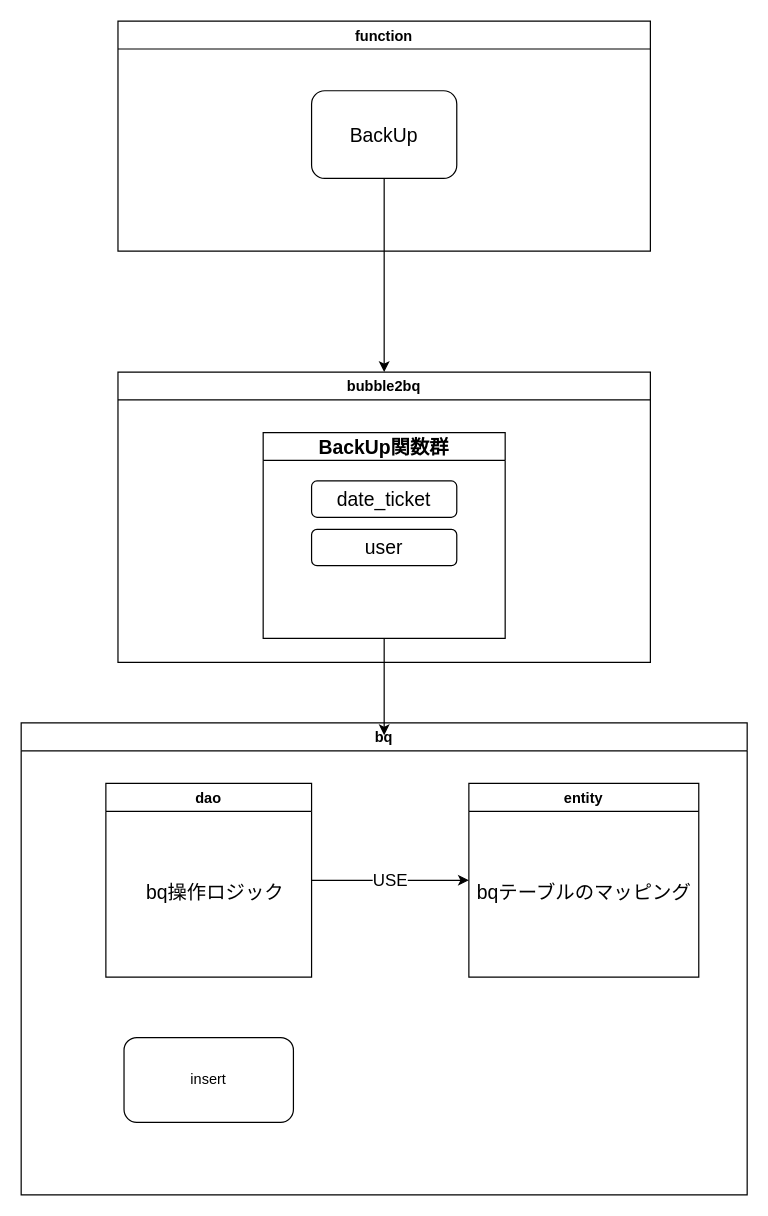
Earlier version of the draw.io diagram bubble2bq46.drawio (public-jun/figure). Source tidied: cells renumbered, new cells numbered last; positions are measured from the earlier drawing's top-left corner, leaving out a move shared by most shapes. Both pictures are drawn from the tidied source at 121%, with x=0, y=0 at pixel (21, 21).
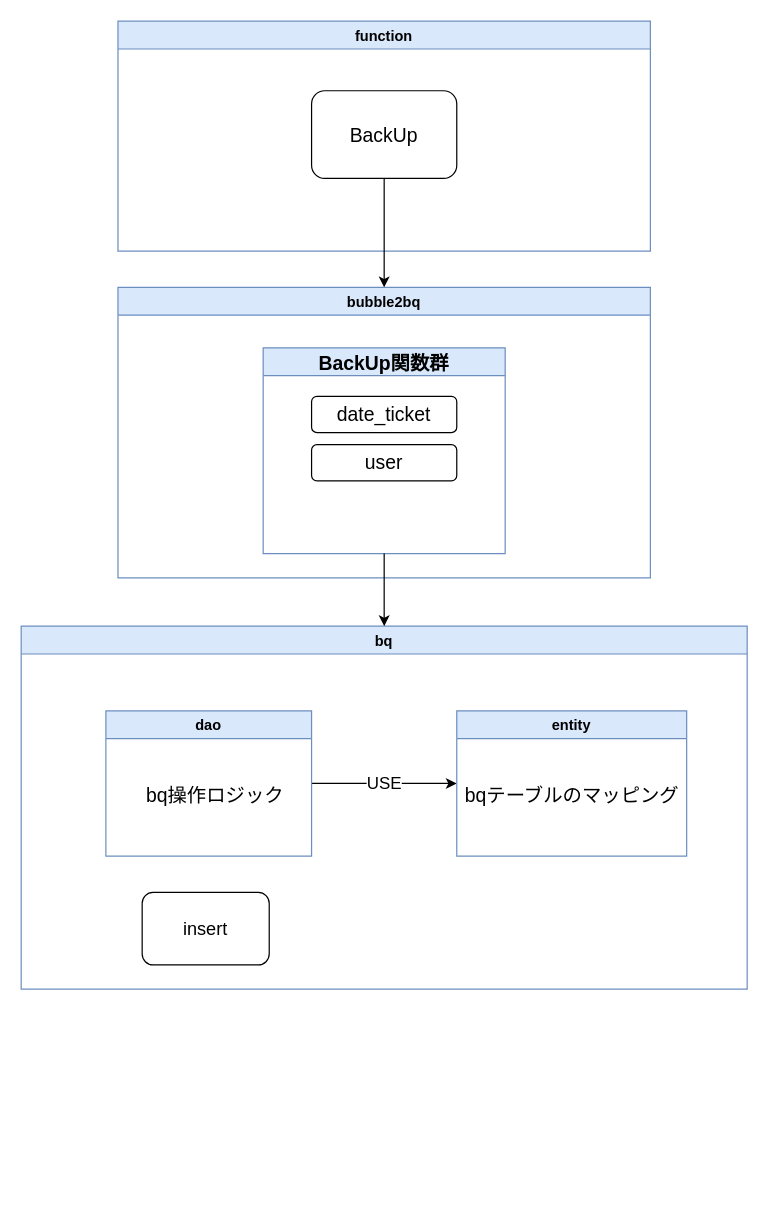
After the change.

The edit, as a diff of the source:
```diff
@@
 <mxGraphModel>
   <root>
     <mxCell id="0" />
     <mxCell id="1" parent="0" />
-    <mxCell id="2" value="function" style="swimlane;startSize=23;" parent="1" vertex="1">
+    <mxCell id="2" value="function" style="swimlane;startSize=23;fillColor=#dae8fc;strokeColor=#6c8ebf;" parent="1" vertex="1">
       <mxGeometry x="80" width="440" height="190" as="geometry" />
     </mxCell>
     <mxCell id="3" value="BackUp" style="rounded=1;whiteSpace=wrap;html=1;fontSize=16;" parent="2" vertex="1">
       <mxGeometry x="160" y="57.5" width="120" height="72.5" as="geometry" />
     </mxCell>
-    <mxCell id="4" value="bubble2bq" style="swimlane;" parent="1" vertex="1">
-      <mxGeometry x="80" y="290" width="440" height="240" as="geometry" />
+    <mxCell id="4" value="bubble2bq" style="swimlane;fillColor=#dae8fc;strokeColor=#6c8ebf;" parent="1" vertex="1">
+      <mxGeometry x="80" y="220" width="440" height="240" as="geometry" />
     </mxCell>
-    <mxCell id="5" value="BackUp関数群" style="swimlane;fontSize=16;" parent="4" vertex="1">
+    <mxCell id="5" value="BackUp関数群" style="swimlane;fontSize=16;fillColor=#dae8fc;strokeColor=#6c8ebf;" parent="4" vertex="1">
       <mxGeometry x="120" y="50" width="200" height="170" as="geometry" />
     </mxCell>
     <mxCell id="6" value="date_ticket" style="rounded=1;whiteSpace=wrap;html=1;fontSize=16;" parent="5" vertex="1">
       <mxGeometry x="40" y="40" width="120" height="30" as="geometry" />
     </mxCell>
     <mxCell id="7" value="user" style="rounded=1;whiteSpace=wrap;html=1;fontSize=16;" parent="5" vertex="1">
       <mxGeometry x="40" y="80" width="120" height="30" as="geometry" />
     </mxCell>
-    <mxCell id="8" value="bq" style="swimlane;" parent="1" vertex="1">
-      <mxGeometry y="580" width="600" height="390" as="geometry" />
+    <mxCell id="8" value="bq" style="swimlane;fillColor=#dae8fc;strokeColor=#6c8ebf;" parent="1" vertex="1">
+      <mxGeometry y="500" width="600" height="300" as="geometry" />
     </mxCell>
     <mxCell id="9" value="USE" style="edgeStyle=orthogonalEdgeStyle;rounded=0;jettySize=auto;html=1;exitX=1;exitY=0.5;exitDx=0;exitDy=0;entryX=0;entryY=0.5;entryDx=0;entryDy=0;fontSize=14;" parent="8" edge="1" source="10" target="11">
       <mxGeometry relative="1" as="geometry" />
     </mxCell>
-    <mxCell id="10" value="dao" style="swimlane;startSize=23;" parent="8" vertex="1">
-      <mxGeometry x="70" y="50" width="170" height="160" as="geometry" />
+    <mxCell id="10" value="dao" style="swimlane;startSize=23;fillColor=#dae8fc;strokeColor=#6c8ebf;" parent="8" vertex="1">
+      <mxGeometry x="70" y="70" width="170" height="120" as="geometry" />
     </mxCell>
+    <mxCell id="14" value="&lt;font style=&quot;font-size: 16px&quot;&gt;bq操作ロジック&lt;/font&gt;" style="text;html=1;align=center;verticalAlign=middle;strokeColor=none;fillColor=none;fontSize=14;" parent="10" vertex="1">
+      <mxGeometry x="25" y="60" width="130" height="20" as="geometry" />
+    </mxCell>
-    <mxCell id="11" value="entity" style="swimlane;startSize=23;" parent="8" vertex="1">
-      <mxGeometry x="370" y="50" width="190" height="160" as="geometry" />
+    <mxCell id="11" value="entity" style="swimlane;startSize=23;fillColor=#dae8fc;strokeColor=#6c8ebf;" parent="8" vertex="1">
+      <mxGeometry x="360" y="70" width="190" height="120" as="geometry" />
     </mxCell>
     <mxCell id="12" value="&lt;div&gt;&lt;font style=&quot;font-size: 16px&quot;&gt;bqテーブルのマッピング&lt;/font&gt;&lt;/div&gt;" style="text;html=1;align=center;verticalAlign=middle;strokeColor=none;fillColor=none;" parent="11" vertex="1">
-      <mxGeometry y="80" width="190" height="20" as="geometry" />
+      <mxGeometry y="60" width="190" height="20" as="geometry" />
     </mxCell>
-    <mxCell id="13" value="insert" style="rounded=1;whiteSpace=wrap;html=1;" parent="8" vertex="1">
-      <mxGeometry x="85" y="260" width="140" height="70" as="geometry" />
+    <mxCell id="13" value="&lt;font style=&quot;font-size: 15px&quot;&gt;insert&lt;/font&gt;" style="rounded=1;whiteSpace=wrap;html=1;" parent="8" vertex="1">
+      <mxGeometry x="100" y="220" width="105" height="60" as="geometry" />
     </mxCell>
-    <mxCell id="14" value="&lt;font style=&quot;font-size: 16px&quot;&gt;bq操作ロジック&lt;/font&gt;" style="text;html=1;align=center;verticalAlign=middle;strokeColor=none;fillColor=none;fontSize=14;" parent="1" vertex="1">
-      <mxGeometry x="95" y="710" width="130" height="20" as="geometry" />
-    </mxCell>
     <mxCell id="15" style="edgeStyle=orthogonalEdgeStyle;rounded=0;jettySize=auto;html=1;entryX=0.5;entryY=0;entryDx=0;entryDy=0;fontSize=16;" parent="1" edge="1" source="3" target="4">
       <mxGeometry relative="1" as="geometry" />
     </mxCell>
-    <mxCell id="16" style="edgeStyle=orthogonalEdgeStyle;rounded=0;jettySize=auto;html=1;entryX=0.5;entryY=0.026;entryDx=0;entryDy=0;entryPerimeter=0;fontSize=16;" parent="1" edge="1" source="5" target="8">
+    <mxCell id="16" style="edgeStyle=orthogonalEdgeStyle;rounded=0;jettySize=auto;html=1;entryX=0.5;entryY=0;entryDx=0;entryDy=0;fontSize=16;" parent="1" edge="1" source="5" target="8">
       <mxGeometry relative="1" as="geometry" />
     </mxCell>
   </root>
 </mxGraphModel>
```
